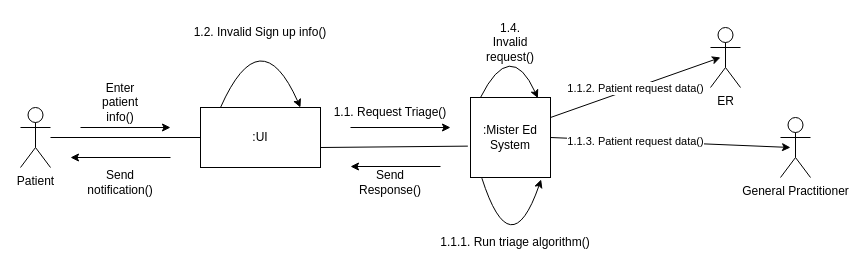
SENG-350-2024-fall/Team9 keeps this draw.io diagram as JustinWork/Collaboration_diagram_rough.drawio. Above is the earlier version. Source tidied: cells renumbered, new cells numbered last; positions are measured from the earlier drawing's top-left corner, leaving out a move shared by most shapes. Both pictures are drawn from the tidied source at 100%, with x=0, y=0 at pixel (20, 17).
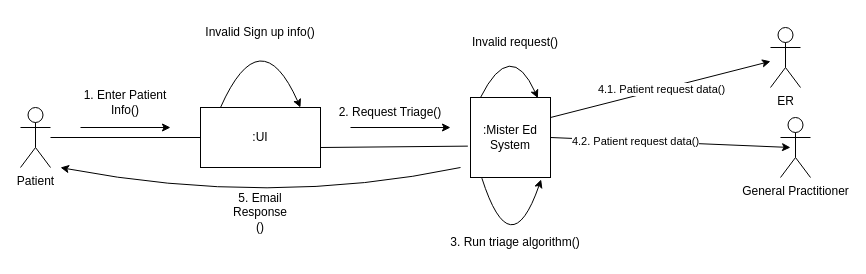
The same diagram, later.

Unchanged cells that the change refers to:
```xml
<mxCell id="6" value=":Mister Ed System" style="whiteSpace=wrap;html=1;" parent="1" vertex="1">
  <mxGeometry x="450" y="80" width="80" height="80" as="geometry" />
</mxCell>
<mxCell id="13" style="endArrow=classic;html=1;rounded=0;exitX=1;exitY=0.5;exitDx=0;exitDy=0;" parent="1" edge="1" source="6">
  <mxGeometry relative="1" as="geometry">
    <mxPoint x="770" y="130" as="targetPoint" />
  </mxGeometry>
</mxCell>
```

The edit, as a diff of the source:
```diff
@@
-    <mxCell id="5" value="1.2. Invalid Sign up info()" style="text;html=1;align=center;verticalAlign=middle;whiteSpace=wrap;rounded=0;" parent="1" vertex="1">
+    <mxCell id="5" value="Invalid Sign up info()" style="text;html=1;align=center;verticalAlign=middle;whiteSpace=wrap;rounded=0;" parent="1" vertex="1">
       <mxGeometry x="170" width="140" height="30" as="geometry" />
     </mxCell>
@@
-    <mxCell id="8" value="1.4. Invalid request()" style="text;html=1;align=center;verticalAlign=middle;whiteSpace=wrap;rounded=0;" parent="1" vertex="1">
-      <mxGeometry x="460" y="10" width="60" height="30" as="geometry" />
+    <mxCell id="8" value="Invalid request()" style="text;html=1;align=center;verticalAlign=middle;whiteSpace=wrap;rounded=0;" parent="1" vertex="1">
+      <mxGeometry x="450" y="10" width="90" height="30" as="geometry" />
     </mxCell>
@@
-    <mxCell id="10" value="1.1.1. Run triage algorithm()" style="text;html=1;align=center;verticalAlign=middle;whiteSpace=wrap;rounded=0;" parent="1" vertex="1">
+    <mxCell id="10" value="3. Run triage algorithm()" style="text;html=1;align=center;verticalAlign=middle;whiteSpace=wrap;rounded=0;" parent="1" vertex="1">
       <mxGeometry x="410" y="210" width="170" height="30" as="geometry" />
     </mxCell>
-    <mxCell id="11" style="endArrow=classic;html=1;rounded=0;exitX=1;exitY=0.25;exitDx=0;exitDy=0;" parent="1" edge="1" source="6">
-      <mxGeometry relative="1" as="geometry">
-        <mxPoint x="700" y="40" as="targetPoint" />
-      </mxGeometry>
+    <mxCell id="11" style="endArrow=classic;html=1;rounded=0;exitX=1;exitY=0.25;exitDx=0;exitDy=0;" parent="1" edge="1" source="6" target="15">
+      <mxGeometry relative="1" as="geometry" />
     </mxCell>
-    <mxCell id="12" value="1.1.2. Patient request data()" style="edgeLabel;html=1;align=center;verticalAlign=middle;" parent="11" vertex="1">
+    <mxCell id="12" value="4.1. Patient request data()" style="edgeLabel;html=1;align=center;verticalAlign=middle;" parent="11" vertex="1">
       <mxGeometry relative="1" as="geometry" />
     </mxCell>
@@
-    <mxCell id="14" value="1.1.3. Patient request data()" style="edgeLabel;html=1;align=center;verticalAlign=middle;" parent="13" vertex="1">
+    <mxCell id="14" value="4.2. Patient request data()" style="edgeLabel;html=1;align=center;verticalAlign=middle;" parent="13" vertex="1">
       <mxGeometry x="-0.29" relative="1" as="geometry" />
     </mxCell>
     <mxCell id="15" value="ER" style="shape=umlActor;verticalLabelPosition=bottom;verticalAlign=top;html=1;outlineConnect=0;" parent="1" vertex="1">
-      <mxGeometry x="690" y="10" width="30" height="60" as="geometry" />
+      <mxGeometry x="750" y="10" width="30" height="60" as="geometry" />
     </mxCell>
@@
-    <mxCell id="18" value="1.1. Request Triage()" style="text;html=1;align=center;verticalAlign=middle;whiteSpace=wrap;rounded=0;" parent="1" vertex="1">
+    <mxCell id="18" value="2. Request Triage()" style="text;html=1;align=center;verticalAlign=middle;whiteSpace=wrap;rounded=0;" parent="1" vertex="1">
       <mxGeometry x="310" y="80" width="120" height="30" as="geometry" />
     </mxCell>
@@
-    <mxCell id="20" style="endArrow=classic;html=1;rounded=0;" parent="1" edge="1">
+    <mxCell id="20" style="endArrow=classic;html=1;rounded=0;curved=1;" parent="1" edge="1">
       <mxGeometry relative="1" as="geometry">
-        <mxPoint x="420" y="149" as="sourcePoint" />
-        <mxPoint x="330" y="149" as="targetPoint" />
+        <mxPoint x="440" y="150" as="sourcePoint" />
+        <mxPoint x="40" y="150" as="targetPoint" />
+        <Array as="points">
+          <mxPoint x="250" y="190" />
+        </Array>
       </mxGeometry>
     </mxCell>
-    <mxCell id="21" value="Send Response()" style="text;html=1;align=center;verticalAlign=middle;whiteSpace=wrap;rounded=0;" parent="1" vertex="1">
-      <mxGeometry x="340" y="150" width="60" height="30" as="geometry" />
-    </mxCell>
@@
-    <mxCell id="24" value="Enter patient info()" style="text;html=1;align=center;verticalAlign=middle;whiteSpace=wrap;rounded=0;" parent="1" vertex="1">
-      <mxGeometry x="70" y="70" width="60" height="30" as="geometry" />
+    <mxCell id="24" value="1. Enter Patient Info()" style="text;html=1;align=center;verticalAlign=middle;whiteSpace=wrap;rounded=0;" parent="1" vertex="1">
+      <mxGeometry x="60" y="70" width="90" height="30" as="geometry" />
     </mxCell>
-    <mxCell id="25" style="endArrow=classic;html=1;rounded=0;" parent="1" edge="1">
-      <mxGeometry relative="1" as="geometry">
-        <mxPoint x="150" y="140" as="sourcePoint" />
-        <mxPoint x="50" y="140" as="targetPoint" />
-      </mxGeometry>
-    </mxCell>
-    <mxCell id="26" value="Send notification()" style="text;html=1;align=center;verticalAlign=middle;whiteSpace=wrap;rounded=0;" parent="1" vertex="1">
-      <mxGeometry x="70" y="150" width="60" height="30" as="geometry" />
-    </mxCell>
+    <mxCell id="27" value="5. Email Response ()" style="text;html=1;align=center;verticalAlign=middle;whiteSpace=wrap;rounded=0;" parent="1" vertex="1">
+      <mxGeometry x="210" y="180" width="60" height="30" as="geometry" />
+    </mxCell>
```
